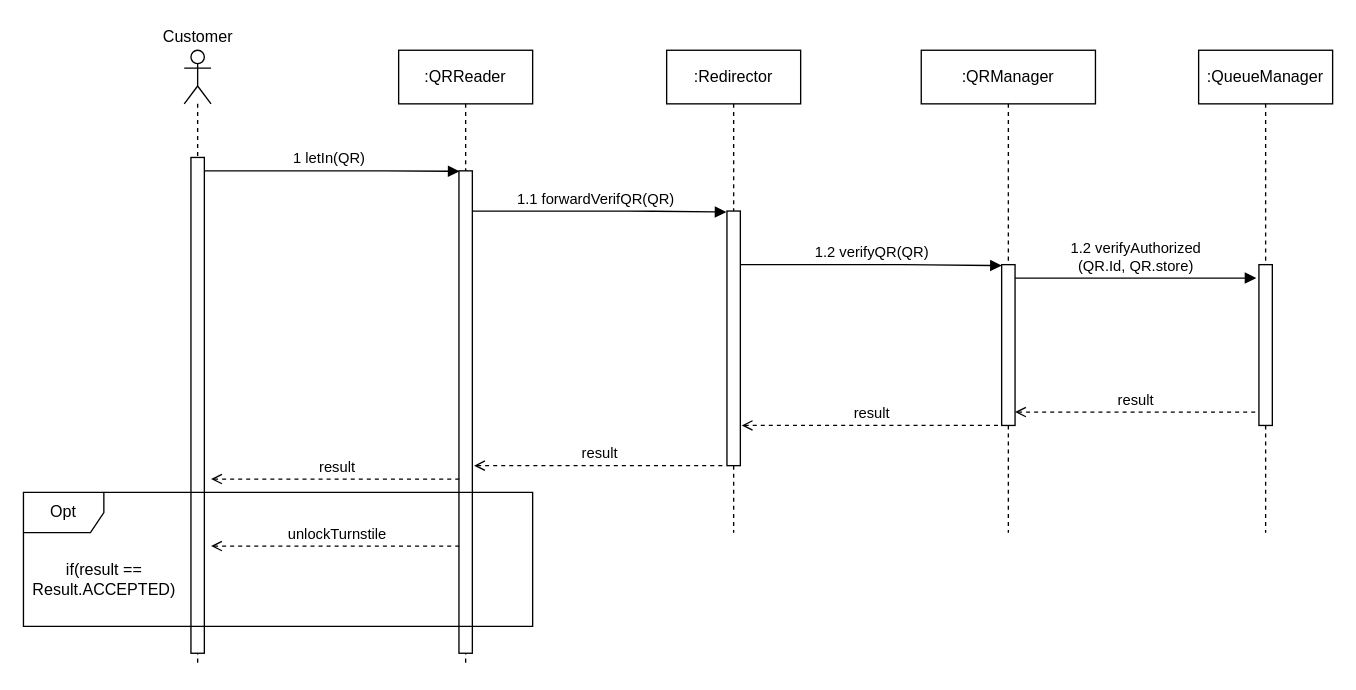
This is DD/Images/RuntimeViewStoreEntry.drawio from StefanoAzzone/AbelliAzzone, a draw.io file, before an edit. Source tidied: cells renumbered, new cells numbered last; positions are measured from the earlier drawing's top-left corner, leaving out a move shared by most shapes. Both pictures are drawn from the tidied source at 134%, with x=0, y=0 at pixel (23, 23).
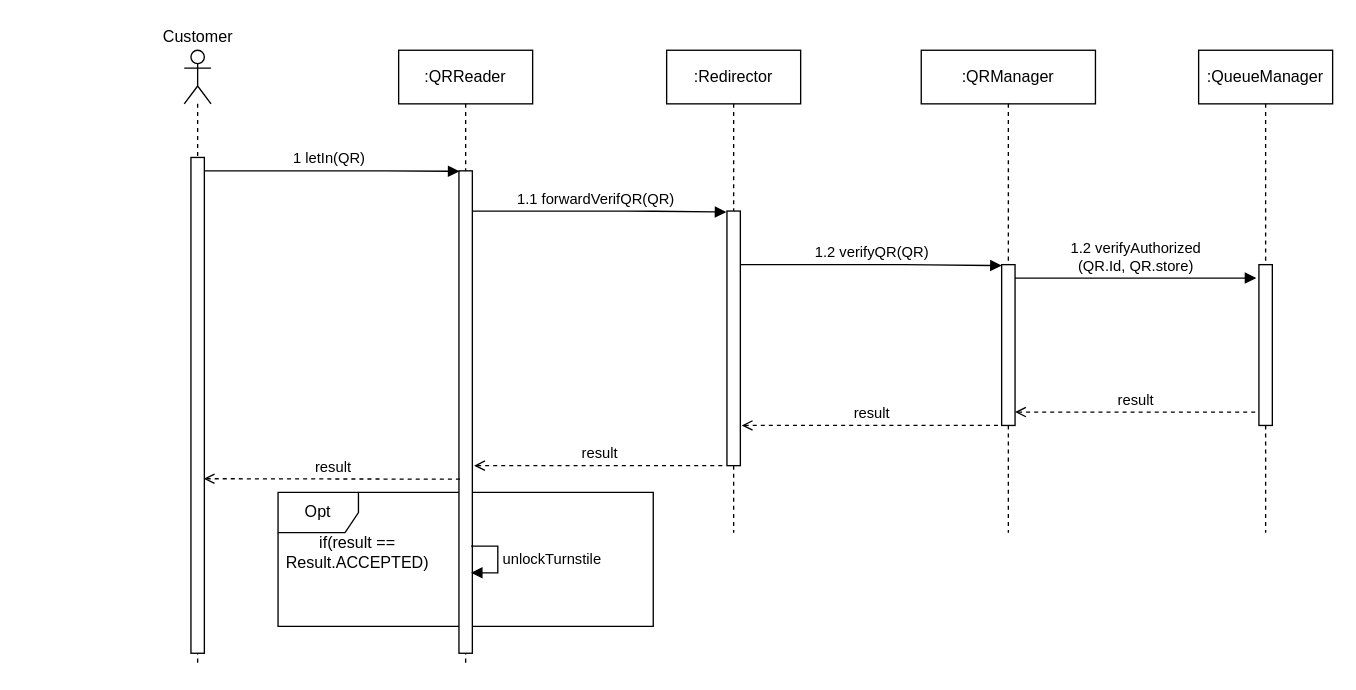
The same page after the edit.

Unchanged cells that the change refers to:
```xml
<mxCell id="5" style="html=1;points=[];perimeter=orthogonalPerimeter;" parent="4" vertex="1">
  <mxGeometry x="5" y="80" width="10" height="370" as="geometry" />
</mxCell>
```

The edit, as a diff of the source:
```diff
@@
+    <mxCell id="23" value="Opt" style="shape=umlFrame;whiteSpace=wrap;html=1;" parent="1" vertex="1">
+      <mxGeometry x="190" y="350" width="280" height="100" as="geometry" />
+    </mxCell>
@@
-    <mxCell id="20" value="result" style="html=1;verticalAlign=bottom;endArrow=none;endFill=0;startArrow=open;startFill=0;entryX=0.016;entryY=0.412;entryDx=0;entryDy=0;entryPerimeter=0;exitX=0.95;exitY=1;exitDx=0;exitDy=0;exitPerimeter=0;dashed=1;" parent="1" edge="1">
+    <mxCell id="20" value="result" style="html=1;verticalAlign=bottom;endArrow=none;endFill=0;startArrow=open;startFill=0;entryX=0.016;entryY=0.412;entryDx=0;entryDy=0;entryPerimeter=0;exitX=0.949;exitY=0.648;exitDx=0;exitDy=0;exitPerimeter=0;dashed=1;" parent="1" edge="1" source="5">
       <mxGeometry relative="1" as="geometry">
-        <mxPoint x="140" y="340" as="sourcePoint" />
         <mxPoint x="327.7" y="340" as="targetPoint" />
         <Array as="points">
           <mxPoint x="266" y="340" />
         </Array>
       </mxGeometry>
     </mxCell>
     <mxCell id="21" value="if(result ==&lt;br&gt;Result.ACCEPTED)" style="text;html=1;align=center;verticalAlign=middle;" parent="1" vertex="1">
-      <mxGeometry y="400" width="120" height="30" as="geometry" />
+      <mxGeometry x="189" y="380" width="120" height="30" as="geometry" />
     </mxCell>
-    <mxCell id="22" value="unlockTurnstile" style="html=1;verticalAlign=bottom;endArrow=none;endFill=0;startArrow=open;startFill=0;entryX=0.016;entryY=0.412;entryDx=0;entryDy=0;entryPerimeter=0;exitX=0.95;exitY=1;exitDx=0;exitDy=0;exitPerimeter=0;dashed=1;" parent="1" edge="1">
+    <mxCell id="22" value="unlockTurnstile" style="edgeStyle=orthogonalEdgeStyle;html=1;align=left;spacingLeft=2;endArrow=block;rounded=0;entryX=1;entryY=0;" parent="1" edge="1">
       <mxGeometry relative="1" as="geometry">
-        <mxPoint x="140" y="390" as="sourcePoint" />
-        <mxPoint x="327.7" y="390" as="targetPoint" />
+        <mxPoint x="334" y="390" as="sourcePoint" />
+        <mxPoint x="334" y="410" as="targetPoint" />
         <Array as="points">
-          <mxPoint x="266" y="390" />
+          <mxPoint x="354" y="390" />
         </Array>
       </mxGeometry>
     </mxCell>
-    <mxCell id="23" value="Opt" style="shape=umlFrame;whiteSpace=wrap;html=1;" parent="1" vertex="1">
-      <mxGeometry y="350" width="380" height="100" as="geometry" />
-    </mxCell>
```
